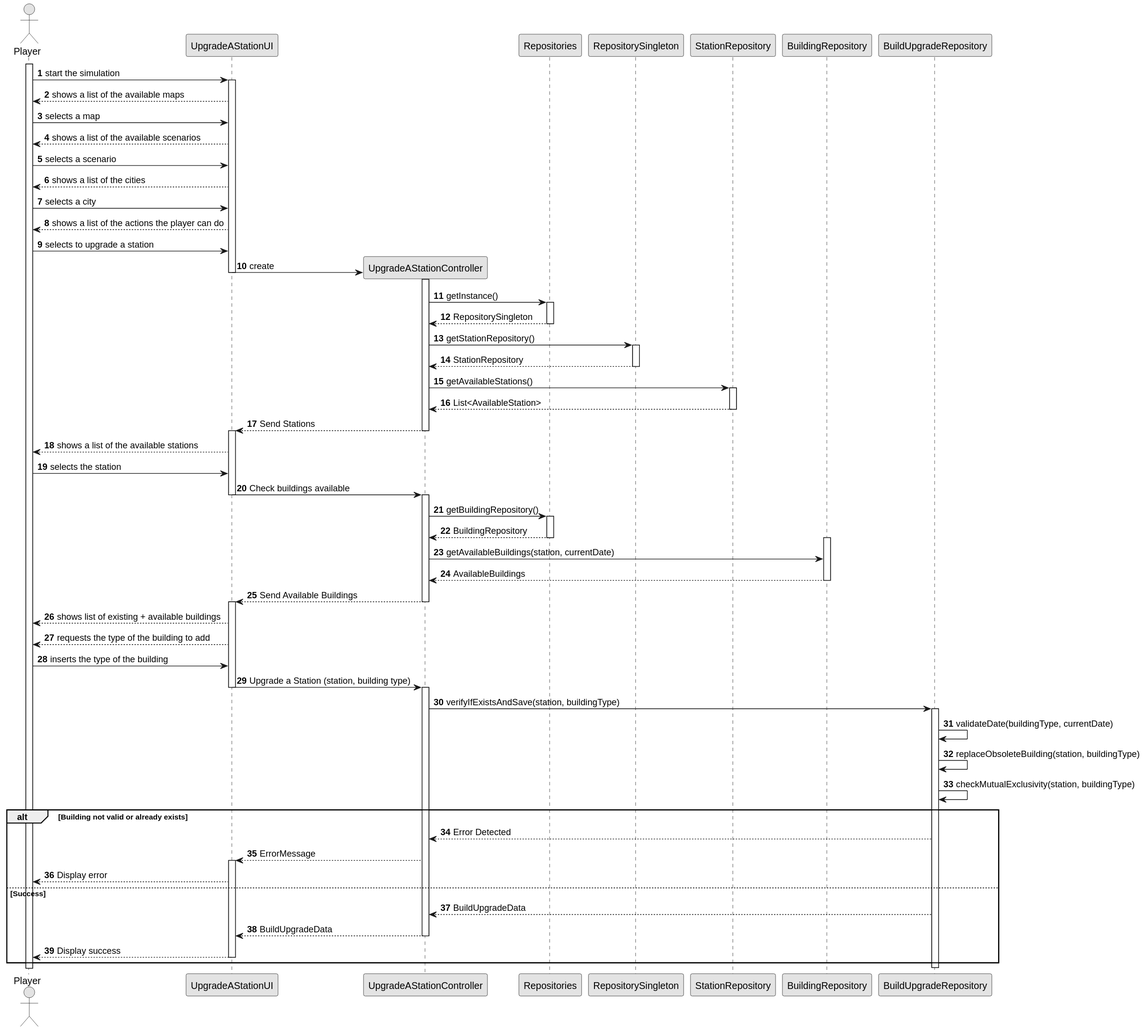
Earlier version of the PlantUML export docs/sprint2/us006/03.design/svg/us006-sequence-diagram-full.svg (ivasduarte/all-aboard).
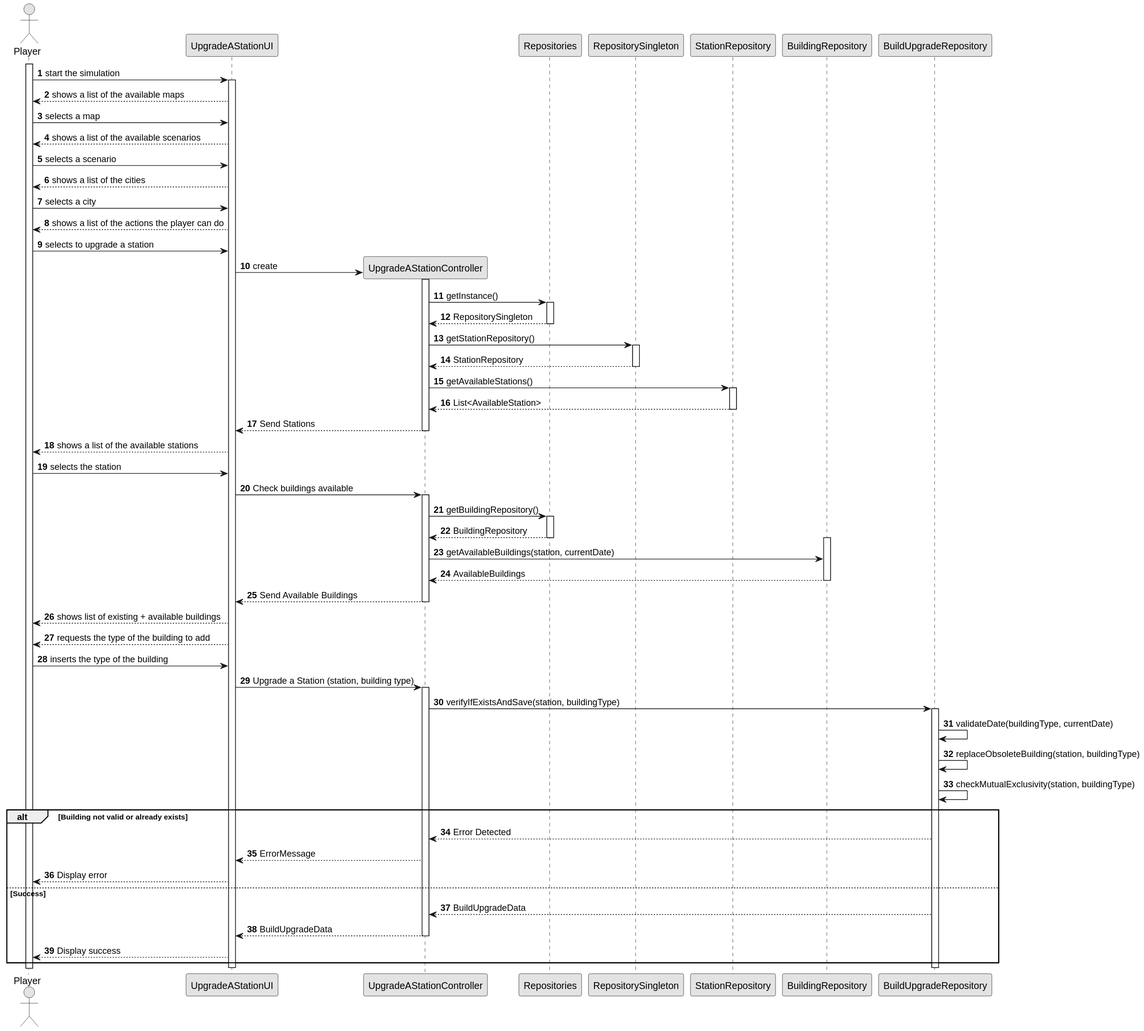
After the commit.

Commit message:
US006/US007/US011 - Corrected full-diagrams

The edit, as a diff of the source:
```diff
@@ -27,7 +27,6 @@
 
 UI -> CTRL : create
 
-deactivate UI
 
 activate CTRL
 
@@ -51,12 +50,10 @@
 
 CTRL --> UI : Send Stations
 deactivate CTRL
-activate UI
 
 UI --> Player : shows a list of the available stations
 Player -> UI : selects the station
 UI -> CTRL : Check buildings available
-deactivate UI
 activate CTRL
 
 CTRL -> Repositories : getBuildingRepository()
@@ -72,13 +69,11 @@
 
 CTRL --> UI: Send Available Buildings
 deactivate CTRL
-activate UI
 
 UI --> Player : shows list of existing + available buildings
 UI --> Player : requests the type of the building to add
 Player -> UI : inserts the type of the building
 UI -> CTRL : Upgrade a Station (station, building type)
-deactivate UI
 
 participant "BuildUpgradeRepository" as Station_UPG
 activate CTRL
@@ -90,7 +85,6 @@
 alt Building not valid or already exists
     Station_UPG --> CTRL : Error Detected
     CTRL --> UI : ErrorMessage
-    activate UI
 
     UI --> Player : Display error
 else Success
@@ -98,7 +92,6 @@
     CTRL --> UI : BuildUpgradeData
     deactivate CTRL
     UI --> Player : Display success
-    deactivate UI
 end
 
 deactivate Station_UPG
```
